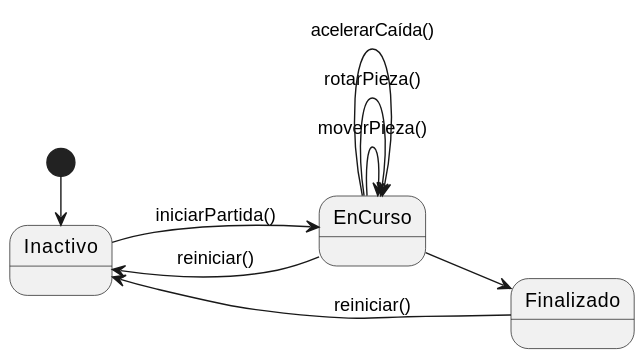
mmasias/pyTetris keeps this PlantUML diagram as images/modelosUML/DiagramaDeContexto001-ActorJugador.svg. Above is the earlier version.
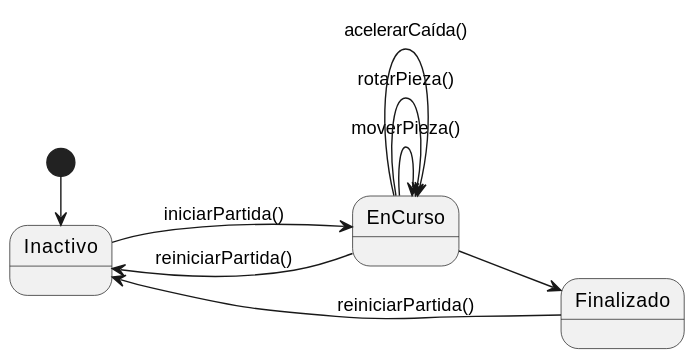
Later version of the same file.

Change to the diagram source:
```diff
@@ -14,7 +14,7 @@
 EnCurso -> EnCurso : acelerarCaída()
 
 EnCurso --> Finalizado
-EnCurso --> Inactivo : reiniciar()
+EnCurso --> Inactivo : reiniciarPartida()
 
-Finalizado --> Inactivo : reiniciar()
+Finalizado --> Inactivo : reiniciarPartida()
 @enduml
```
